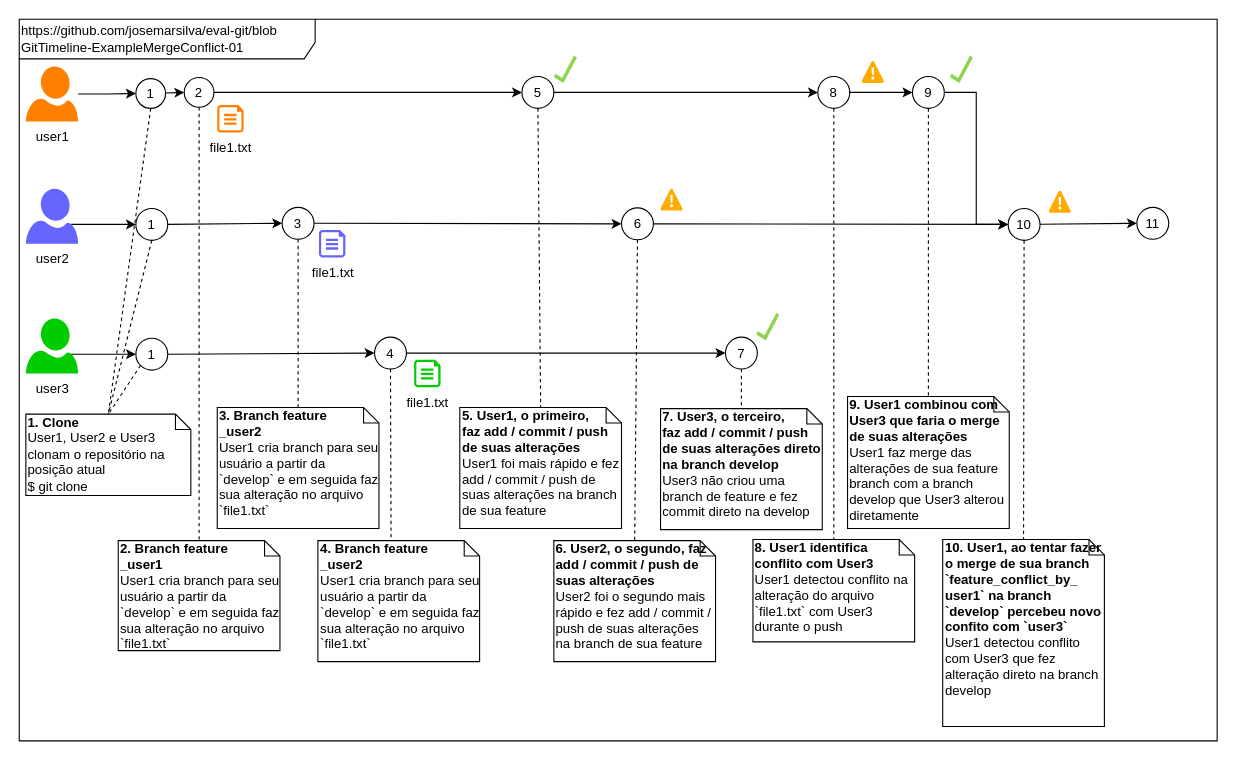
The draw.io diagram doc/GitTimeline-ExampleMergeConflict-01.drawio in josemarsilva/eval-git, before the edit. Source tidied: cells renumbered, new cells numbered last; positions are measured from the earlier drawing's top-left corner, leaving out a move shared by most shapes. Both pictures are drawn from the tidied source at 110%, with x=0, y=0 at pixel (19, 19).
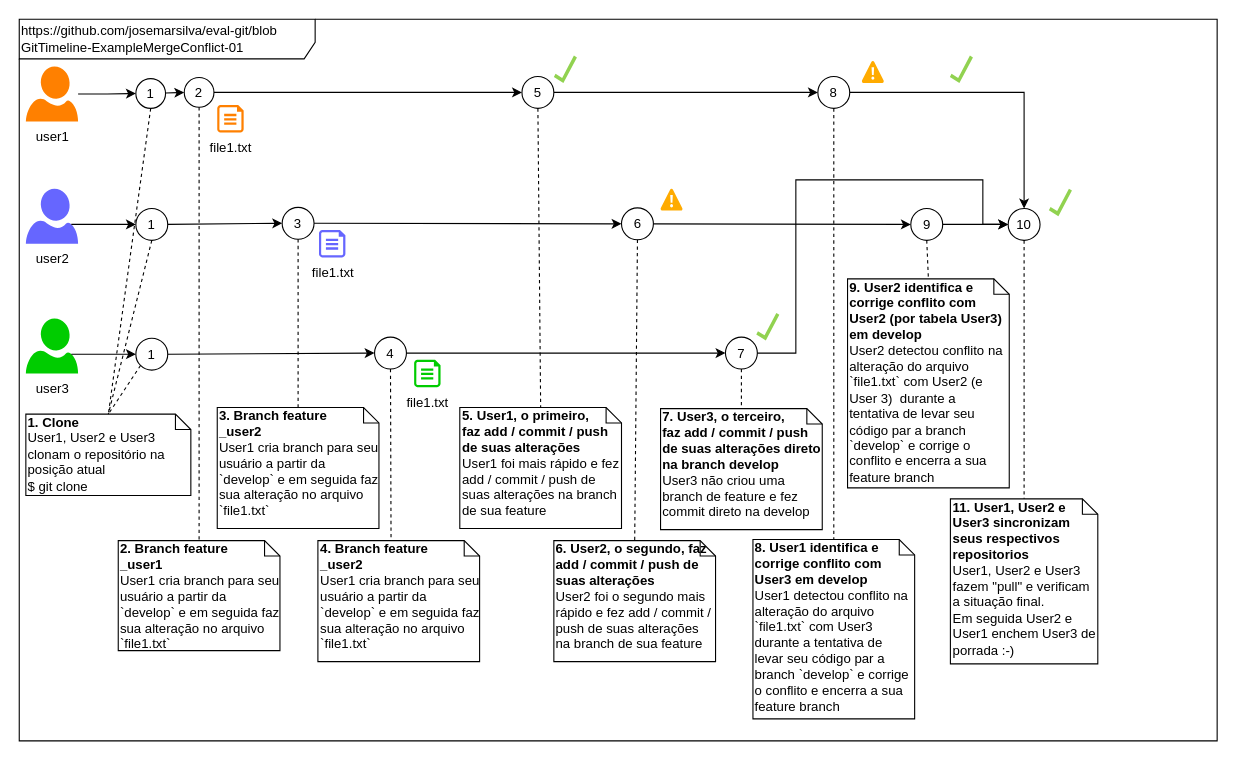
Above is the later version.

Unchanged cells that the change refers to:
```xml
<mxCell id="42" value="6" style="ellipse;whiteSpace=wrap;html=1;fillColor=none;" parent="1" vertex="1">
  <mxGeometry x="547.5" y="171.5" width="29" height="29" as="geometry" />
</mxCell>
<mxCell id="43" value="7" style="ellipse;whiteSpace=wrap;html=1;fillColor=none;" parent="1" vertex="1">
  <mxGeometry x="642" y="289" width="29" height="29" as="geometry" />
</mxCell>
<mxCell id="48" value="8" style="ellipse;whiteSpace=wrap;html=1;fillColor=none;" parent="1" vertex="1">
  <mxGeometry x="726" y="52" width="29" height="29" as="geometry" />
</mxCell>
<mxCell id="59" value="10" style="ellipse;whiteSpace=wrap;html=1;fillColor=none;" parent="1" vertex="1">
  <mxGeometry x="899" y="172" width="29" height="29" as="geometry" />
</mxCell>
```

Change to the diagram source:
```diff
@@
-    <mxCell id="41" style="rounded=0;jettySize=auto;html=1;entryX=0;entryY=0.5;entryDx=0;entryDy=0;" parent="1" edge="1" source="42" target="59">
+    <mxCell id="41" style="rounded=0;jettySize=auto;html=1;entryX=0;entryY=0.5;entryDx=0;entryDy=0;" parent="1" edge="1" source="54" target="59">
       <mxGeometry relative="1" as="geometry" />
     </mxCell>
@@
-    <mxCell id="47" style="edgeStyle=orthogonalEdgeStyle;rounded=0;jettySize=auto;html=1;" parent="1" edge="1" source="48" target="54">
+    <mxCell id="47" style="edgeStyle=orthogonalEdgeStyle;rounded=0;jettySize=auto;html=1;entryX=0.5;entryY=0;entryDx=0;entryDy=0;" parent="1" edge="1" source="48" target="59">
       <mxGeometry relative="1" as="geometry" />
     </mxCell>
@@
-    <mxCell id="49" value="&lt;b&gt;8. User1 identifica conflito com User3&lt;br&gt;&lt;/b&gt;User1 detectou conflito na alteração do arquivo `file1.txt` com User3 durante o push" style="shape=note;whiteSpace=wrap;html=1;size=14;verticalAlign=top;align=left;spacingTop=-6;fillColor=none;" parent="1" vertex="1">
-      <mxGeometry x="667" y="473" width="147" height="93" as="geometry" />
+    <mxCell id="49" value="&lt;b&gt;8. User1 identifica e corrige conflito com User3 em develop&lt;br&gt;&lt;/b&gt;User1 detectou conflito na alteração do arquivo `file1.txt` com User3 durante a tentativa de levar seu código par a branch `develop` e corrige o conflito e encerra a sua feature branch" style="shape=note;whiteSpace=wrap;html=1;size=14;verticalAlign=top;align=left;spacingTop=-6;fillColor=none;" parent="1" vertex="1">
+      <mxGeometry x="667" y="473" width="147" height="163" as="geometry" />
     </mxCell>
@@
-    <mxCell id="51" value="&lt;b&gt;9. User1 combinou com User3 que faria o merge de suas alterações&lt;br&gt;&lt;/b&gt;User1 faz merge das alterações de sua feature branch com a branch develop que User3 alterou diretamente" style="shape=note;whiteSpace=wrap;html=1;size=14;verticalAlign=top;align=left;spacingTop=-6;fillColor=none;" parent="1" vertex="1">
-      <mxGeometry x="753" y="343" width="147" height="120" as="geometry" />
+    <mxCell id="51" value="&lt;b&gt;9. User2 identifica e corrige conflito com User2 (por tabela User3) em develop&lt;br&gt;&lt;/b&gt;User2 detectou conflito na alteração do arquivo `file1.txt` com User2 (e User 3)&amp;nbsp; durante a tentativa de levar seu código par a branch `develop` e corrige o conflito e encerra a sua feature branch" style="shape=note;whiteSpace=wrap;html=1;size=14;verticalAlign=top;align=left;spacingTop=-6;fillColor=none;" parent="1" vertex="1">
+      <mxGeometry x="753" y="236" width="147" height="190" as="geometry" />
     </mxCell>
@@
-    <mxCell id="53" style="edgeStyle=orthogonalEdgeStyle;rounded=0;jettySize=auto;html=1;entryX=0;entryY=0.5;entryDx=0;entryDy=0;" parent="1" edge="1" source="54" target="59">
-      <mxGeometry relative="1" as="geometry" />
-    </mxCell>
-    <mxCell id="54" value="9" style="ellipse;whiteSpace=wrap;html=1;fillColor=none;" parent="1" vertex="1">
-      <mxGeometry x="812" y="52" width="29" height="29" as="geometry" />
-    </mxCell>
@@
-    <mxCell id="56" value="&lt;b&gt;10. User1, ao tentar fazer o merge de sua branch `feature_conflict_by_ user1` na branch `develop` percebeu novo confito com `user3`&lt;br&gt;&lt;/b&gt;User1 detectou conflito com User3 que fez alteração direto na branch develop&lt;br&gt;" style="shape=note;whiteSpace=wrap;html=1;size=14;verticalAlign=top;align=left;spacingTop=-6;fillColor=none;" parent="1" vertex="1">
-      <mxGeometry x="839.5" y="473" width="147" height="170" as="geometry" />
-    </mxCell>
-    <mxCell id="57" style="rounded=0;jettySize=auto;html=1;entryX=0.5;entryY=0;entryDx=0;entryDy=0;entryPerimeter=0;dashed=1;endArrow=none;endFill=0;exitX=0.5;exitY=1;exitDx=0;exitDy=0;" parent="1" edge="1" source="59" target="56">
+    <mxCell id="57" style="rounded=0;jettySize=auto;html=1;dashed=1;endArrow=none;endFill=0;exitX=0.5;exitY=1;exitDx=0;exitDy=0;" parent="1" edge="1" source="59" target="65">
       <mxGeometry relative="1" as="geometry" />
     </mxCell>
-    <mxCell id="58" style="rounded=0;jettySize=auto;html=1;entryX=0;entryY=0.5;entryDx=0;entryDy=0;" parent="1" edge="1" source="59" target="60">
-      <mxGeometry relative="1" as="geometry" />
+    <mxCell id="58" style="rounded=0;jettySize=auto;html=1;entryX=0;entryY=0.5;entryDx=0;entryDy=0;exitX=1;exitY=0.5;exitDx=0;exitDy=0;edgeStyle=orthogonalEdgeStyle;" parent="1" edge="1" source="43" target="59">
+      <mxGeometry relative="1" as="geometry">
+        <Array as="points">
+          <mxPoint x="706" y="304" />
+          <mxPoint x="706" y="146" />
+          <mxPoint x="876" y="146" />
+          <mxPoint x="876" y="187" />
+        </Array>
+      </mxGeometry>
     </mxCell>
@@
-    <mxCell id="60" value="11" style="ellipse;whiteSpace=wrap;html=1;fillColor=none;" parent="1" vertex="1">
-      <mxGeometry x="1016" y="171" width="29" height="29" as="geometry" />
-    </mxCell>
@@
-    <mxCell id="63" style="shape=mxgraph.azure.azure_alert;fillColor=#FFAB00;strokeColor=none;html=1;" parent="1" vertex="1">
-      <mxGeometry x="936" y="156" width="20" height="20" as="geometry" />
-    </mxCell>
+    <mxCell id="54" value="9" style="ellipse;whiteSpace=wrap;html=1;fillColor=none;" parent="1" vertex="1">
+      <mxGeometry x="810.5" y="172" width="29" height="29" as="geometry" />
+    </mxCell>
+    <mxCell id="64" style="rounded=0;jettySize=auto;html=1;entryX=0;entryY=0.5;entryDx=0;entryDy=0;" parent="1" edge="1" source="42" target="54">
+      <mxGeometry relative="1" as="geometry" />
+    </mxCell>
+    <mxCell id="65" value="&lt;b&gt;11. User1, User2 e User3 sincronizam seus respectivos repositorios&lt;br&gt;&lt;/b&gt;User1, User2 e User3 fazem &quot;pull&quot; e verificam a situação final.&lt;br&gt;Em seguida User2 e User1 enchem User3 de porrada :-)" style="shape=note;whiteSpace=wrap;html=1;size=14;verticalAlign=top;align=left;spacingTop=-6;fillColor=none;" parent="1" vertex="1">
+      <mxGeometry x="846.5" y="436" width="134" height="150" as="geometry" />
+    </mxCell>
+    <mxCell id="66" style="shadow=0;dashed=0;html=1;strokeColor=none;labelPosition=center;verticalLabelPosition=bottom;verticalAlign=top;align=center;shape=mxgraph.mscae.general.checkmark;fillColor=#91D250;" parent="1" vertex="1">
+      <mxGeometry x="936" y="154" width="21" height="25" as="geometry" />
+    </mxCell>
```
